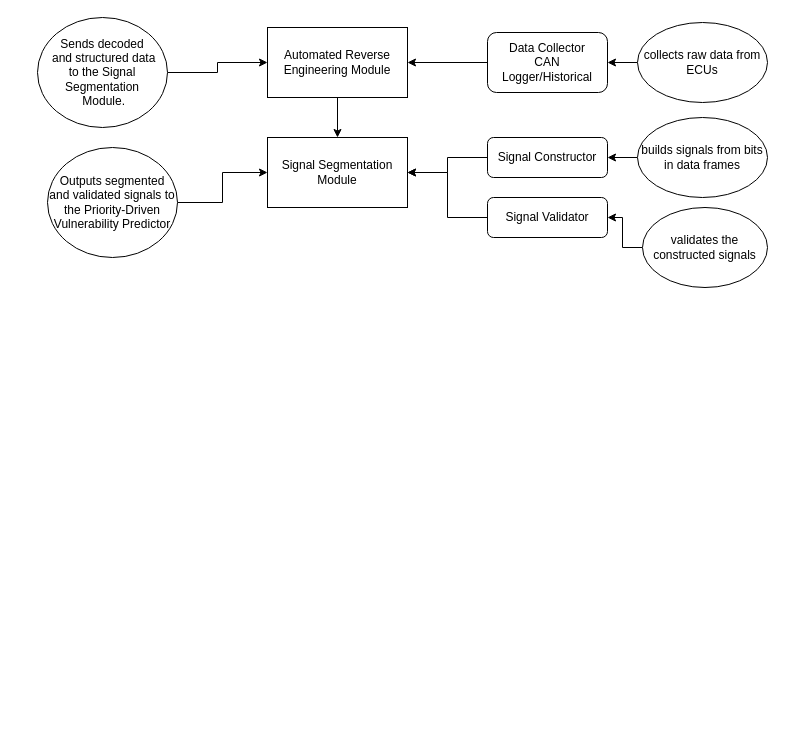
Above: arch.drawio in manujo-varghese/30-Days-Of-Python (draw.io), before the change. Source tidied: cells renumbered, new cells numbered last; positions are measured from the earlier drawing's top-left corner, leaving out a move shared by most shapes. Both pictures are drawn from the tidied source at 100%, with x=0, y=0 at pixel (37, 17).
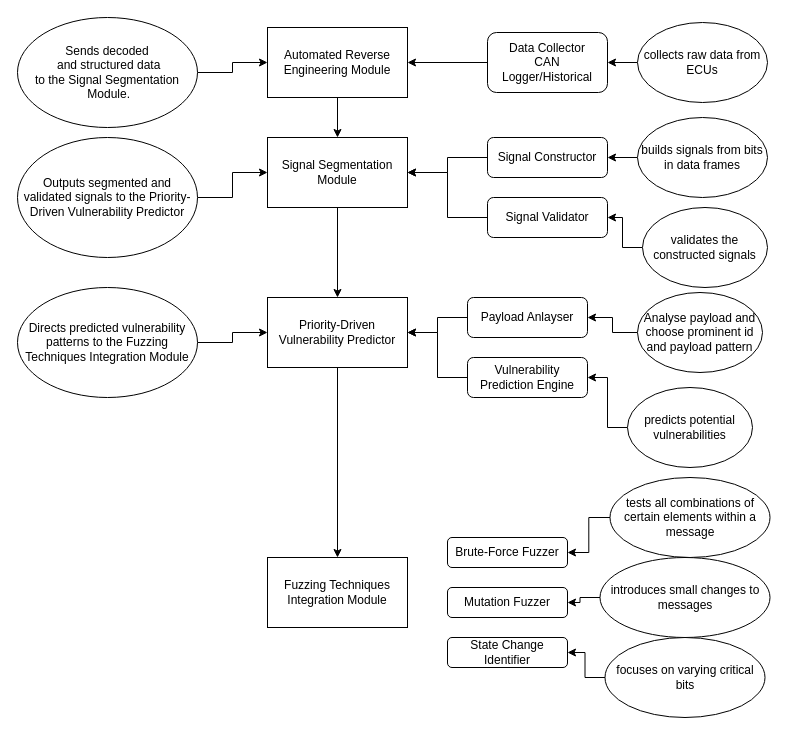
After the change.

Unchanged cells that the change refers to:
```xml
<mxCell id="6" value="Signal Segmentation Module" style="rounded=0;whiteSpace=wrap;html=1;" parent="1" vertex="1">
  <mxGeometry x="230" y="120" width="140" height="70" as="geometry" />
</mxCell>
```

Diff of the diagram source:
```diff
@@
+    <mxCell id="21" style="edgeStyle=orthogonalEdgeStyle;rounded=0;jettySize=auto;html=1;" parent="1" edge="1" source="6" target="23">
+      <mxGeometry relative="1" as="geometry" />
+    </mxCell>
@@
     <mxCell id="8" value="Sends decoded&lt;br style=&quot;border-color: var(--border-color);&quot;&gt;&lt;span style=&quot;&quot;&gt;&amp;nbsp;and structured data&lt;/span&gt;&lt;br style=&quot;border-color: var(--border-color);&quot;&gt;&lt;span style=&quot;&quot;&gt;to the Signal Segmentation&lt;/span&gt;&lt;br style=&quot;border-color: var(--border-color);&quot;&gt;&lt;span style=&quot;&quot;&gt;&amp;nbsp;Module.&lt;/span&gt;" style="ellipse;whiteSpace=wrap;html=1;" parent="1" vertex="1">
-      <mxGeometry width="130" height="110" as="geometry" />
+      <mxGeometry x="-20" width="180" height="110" as="geometry" />
     </mxCell>
@@
     <mxCell id="18" value="Outputs segmented and validated signals to the Priority-Driven Vulnerability Predictor" style="ellipse;whiteSpace=wrap;html=1;" parent="1" vertex="1">
-      <mxGeometry x="10" y="130" width="130" height="110" as="geometry" />
+      <mxGeometry x="-20" y="120" width="180" height="120" as="geometry" />
     </mxCell>
@@
+    <mxCell id="22" style="edgeStyle=orthogonalEdgeStyle;rounded=0;jettySize=auto;html=1;" parent="1" edge="1" source="23" target="34">
+      <mxGeometry relative="1" as="geometry" />
+    </mxCell>
+    <mxCell id="23" value="Priority-Driven Vulnerability Predictor" style="rounded=0;whiteSpace=wrap;html=1;" parent="1" vertex="1">
+      <mxGeometry x="230" y="280" width="140" height="70" as="geometry" />
+    </mxCell>
+    <mxCell id="24" style="edgeStyle=orthogonalEdgeStyle;rounded=0;jettySize=auto;html=1;" parent="1" edge="1" source="25" target="23">
+      <mxGeometry relative="1" as="geometry" />
+    </mxCell>
+    <mxCell id="25" value="Payload Anlayser" style="rounded=1;whiteSpace=wrap;html=1;" parent="1" vertex="1">
+      <mxGeometry x="430" y="280" width="120" height="40" as="geometry" />
+    </mxCell>
+    <mxCell id="26" style="edgeStyle=orthogonalEdgeStyle;rounded=0;jettySize=auto;html=1;" parent="1" edge="1" source="27" target="25">
+      <mxGeometry relative="1" as="geometry" />
+    </mxCell>
+    <mxCell id="27" value="Analyse payload and choose prominent id and payload pattern" style="ellipse;whiteSpace=wrap;html=1;" parent="1" vertex="1">
+      <mxGeometry x="600" y="275" width="125" height="80" as="geometry" />
+    </mxCell>
+    <mxCell id="28" style="edgeStyle=orthogonalEdgeStyle;rounded=0;jettySize=auto;html=1;" parent="1" edge="1" source="29" target="23">
+      <mxGeometry relative="1" as="geometry" />
+    </mxCell>
+    <mxCell id="29" value="Vulnerability Prediction Engine" style="rounded=1;whiteSpace=wrap;html=1;" parent="1" vertex="1">
+      <mxGeometry x="430" y="340" width="120" height="40" as="geometry" />
+    </mxCell>
+    <mxCell id="30" style="edgeStyle=orthogonalEdgeStyle;rounded=0;jettySize=auto;html=1;" parent="1" edge="1" source="31" target="29">
+      <mxGeometry relative="1" as="geometry" />
+    </mxCell>
+    <mxCell id="31" value="predicts potential vulnerabilities" style="ellipse;whiteSpace=wrap;html=1;" parent="1" vertex="1">
+      <mxGeometry x="590" y="370" width="125" height="80" as="geometry" />
+    </mxCell>
+    <mxCell id="32" style="edgeStyle=orthogonalEdgeStyle;rounded=0;jettySize=auto;html=1;" parent="1" edge="1" source="33" target="23">
+      <mxGeometry relative="1" as="geometry" />
+    </mxCell>
+    <mxCell id="33" value="Directs predicted vulnerability patterns to the Fuzzing Techniques Integration Module" style="ellipse;whiteSpace=wrap;html=1;" parent="1" vertex="1">
+      <mxGeometry x="-20" y="270" width="180" height="110" as="geometry" />
+    </mxCell>
+    <mxCell id="34" value="Fuzzing Techniques Integration Module" style="whiteSpace=wrap;html=1;" parent="1" vertex="1">
+      <mxGeometry x="230" y="540" width="140" height="70" as="geometry" />
+    </mxCell>
+    <mxCell id="35" value="Brute-Force Fuzzer" style="rounded=1;whiteSpace=wrap;html=1;" parent="1" vertex="1">
+      <mxGeometry x="410" y="520" width="120" height="30" as="geometry" />
+    </mxCell>
+    <mxCell id="36" value="Mutation Fuzzer" style="rounded=1;whiteSpace=wrap;html=1;" parent="1" vertex="1">
+      <mxGeometry x="410" y="570" width="120" height="30" as="geometry" />
+    </mxCell>
+    <mxCell id="37" value="State Change Identifier" style="rounded=1;whiteSpace=wrap;html=1;" parent="1" vertex="1">
+      <mxGeometry x="410" y="620" width="120" height="30" as="geometry" />
+    </mxCell>
+    <mxCell id="38" style="edgeStyle=orthogonalEdgeStyle;rounded=0;jettySize=auto;html=1;" parent="1" edge="1" source="39" target="35">
+      <mxGeometry relative="1" as="geometry" />
+    </mxCell>
+    <mxCell id="39" value="tests all combinations of certain elements within a message" style="ellipse;whiteSpace=wrap;html=1;" parent="1" vertex="1">
+      <mxGeometry x="572.5" y="460" width="160" height="80" as="geometry" />
+    </mxCell>
+    <mxCell id="40" style="edgeStyle=orthogonalEdgeStyle;rounded=0;jettySize=auto;html=1;" parent="1" edge="1" source="41" target="36">
+      <mxGeometry relative="1" as="geometry" />
+    </mxCell>
+    <mxCell id="41" value="introduces small changes to messages" style="ellipse;whiteSpace=wrap;html=1;" parent="1" vertex="1">
+      <mxGeometry x="562.5" y="540" width="170" height="80" as="geometry" />
+    </mxCell>
+    <mxCell id="42" style="edgeStyle=orthogonalEdgeStyle;rounded=0;jettySize=auto;html=1;" parent="1" edge="1" source="43" target="37">
+      <mxGeometry relative="1" as="geometry" />
+    </mxCell>
+    <mxCell id="43" value="focuses on varying critical bits" style="ellipse;whiteSpace=wrap;html=1;" parent="1" vertex="1">
+      <mxGeometry x="567.5" y="620" width="160" height="80" as="geometry" />
+    </mxCell>
```
